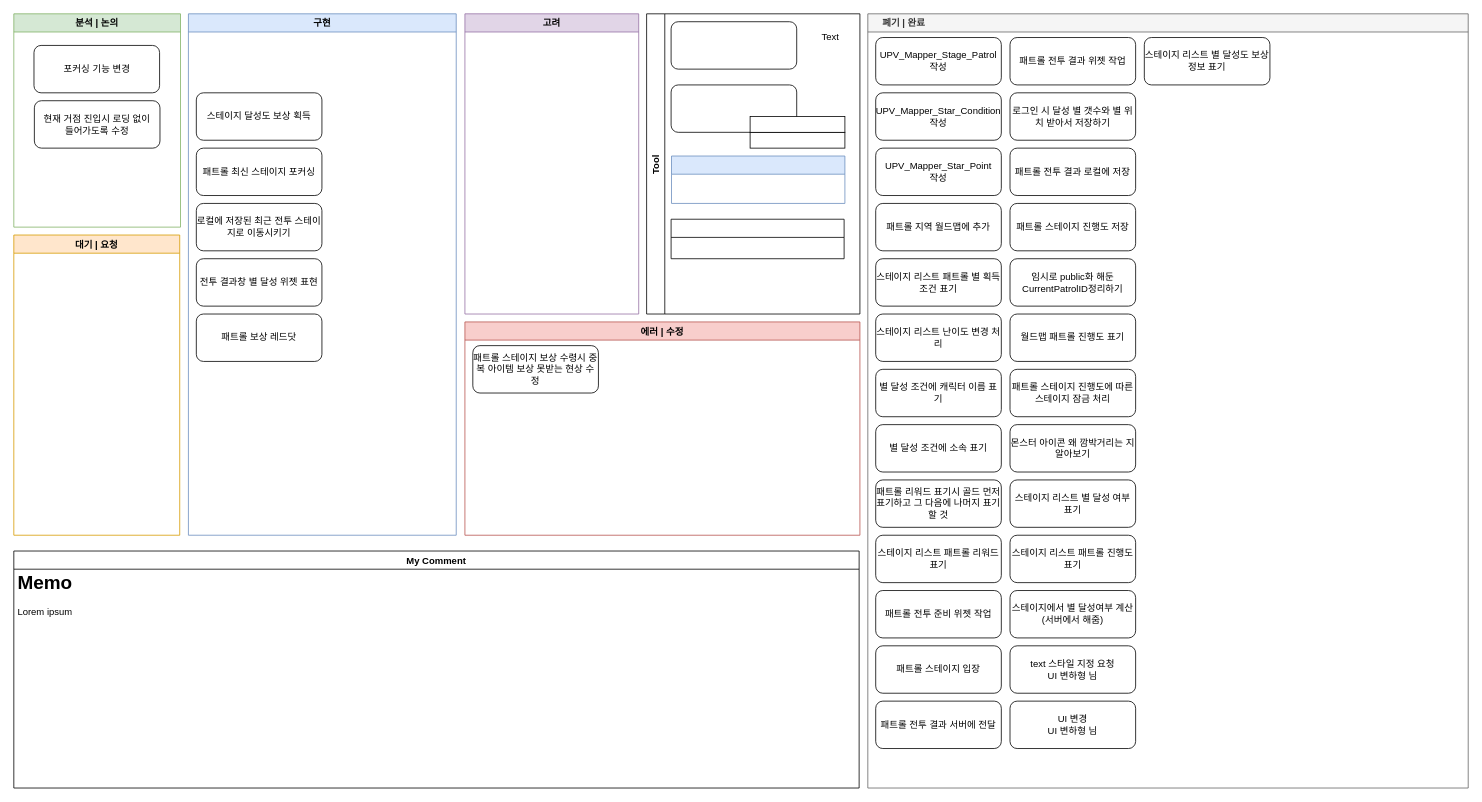
This is 반복 스테이지 진행상황.drawio from Endorr/Job-Board, a draw.io file, before an edit. Source tidied: cells renumbered, new cells numbered last; positions are measured from the earlier drawing's top-left corner, leaving out a move shared by most shapes. Both pictures are drawn from the tidied source at 79%, with x=0, y=0 at pixel (13, 13).
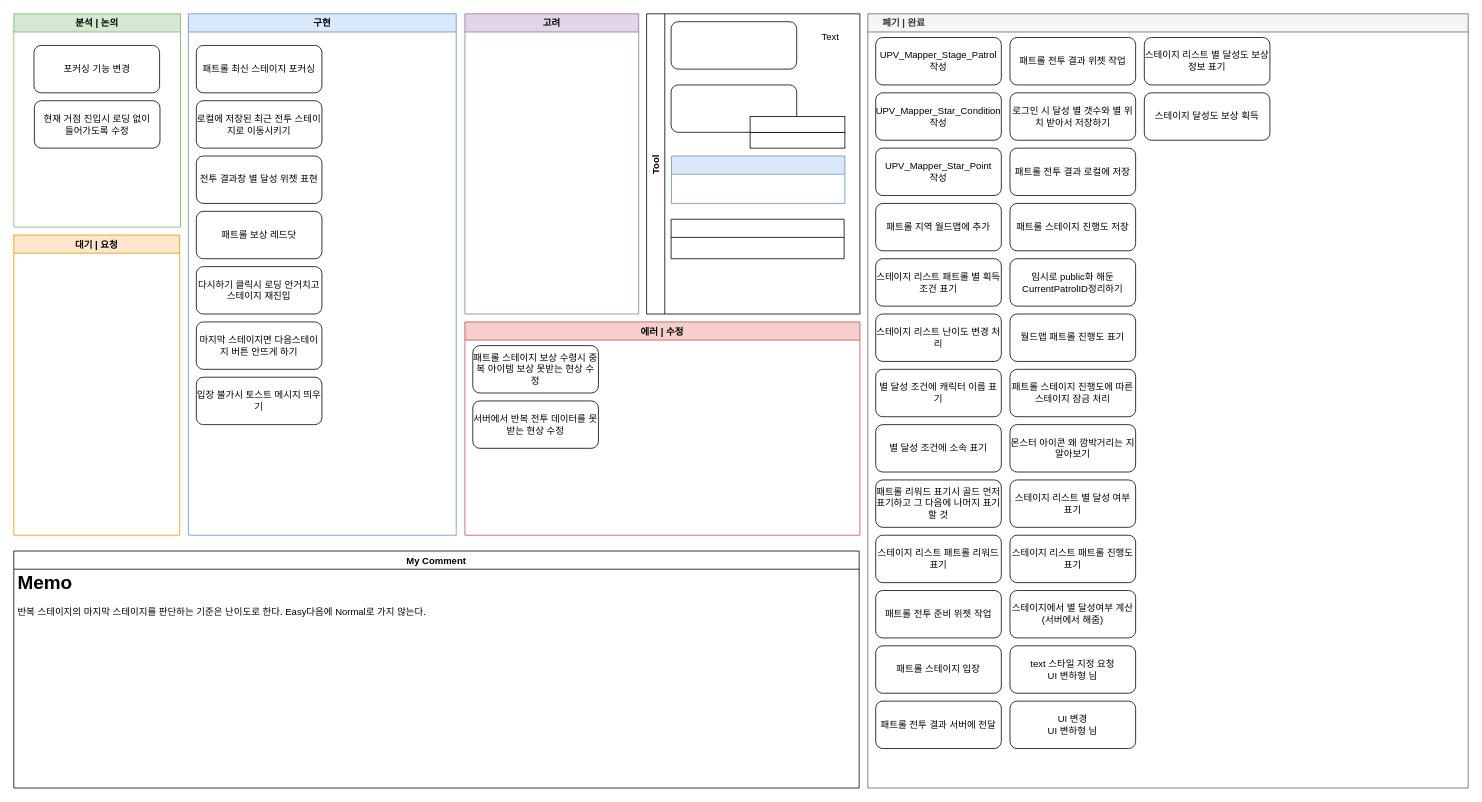
Above is the later version.

Commit message:
Update 반복 스테이지 진행상황.drawio

The change refers to these unchanged cells:
```xml
<mxCell id="2" value="구현" style="swimlane;fillColor=#dae8fc;strokeColor=#6c8ebf;" parent="1" vertex="1">
  <mxGeometry x="221" width="339" height="660" as="geometry" />
</mxCell>
<mxCell id="13" value="에러 | 수정" style="swimlane;fillColor=#f8cecc;strokeColor=#b85450;startSize=23;" parent="1" vertex="1">
  <mxGeometry x="571" y="390" width="500" height="270" as="geometry" />
</mxCell>
<mxCell id="15" value="     폐기 | 완료" style="swimlane;strokeColor=#666666;fillColor=#f5f5f5;fontColor=#333333;align=left;" parent="1" vertex="1">
  <mxGeometry x="1081" width="760" height="980" as="geometry" />
</mxCell>
<mxCell id="43" value="My Comment" style="swimlane;" parent="1" vertex="1">
  <mxGeometry y="680" width="1070" height="300" as="geometry" />
</mxCell>
```

Change to the diagram source:
```diff
@@
     <mxCell id="3" value="로컬에 저장된 최근 전투 스테이지로 이동시키기" style="rounded=1;whiteSpace=wrap;html=1;" parent="2" vertex="1">
-      <mxGeometry x="10" y="240" width="159" height="60" as="geometry" />
+      <mxGeometry x="10" y="110" width="159" height="60" as="geometry" />
     </mxCell>
-    <mxCell id="4" value="스테이지 달성도 보상 획득" style="rounded=1;whiteSpace=wrap;html=1;" parent="2" vertex="1">
-      <mxGeometry x="10" y="100" width="159" height="60" as="geometry" />
-    </mxCell>
     <mxCell id="5" value="패트롤 최신 스테이지 포커싱" style="rounded=1;whiteSpace=wrap;html=1;" parent="2" vertex="1">
-      <mxGeometry x="10" y="170" width="159" height="60" as="geometry" />
+      <mxGeometry x="10" y="40" width="159" height="60" as="geometry" />
     </mxCell>
     <mxCell id="6" value="전투 결과창 별 달성 위젯 표현" style="rounded=1;whiteSpace=wrap;html=1;" parent="2" vertex="1">
-      <mxGeometry x="10" y="310" width="159" height="60" as="geometry" />
+      <mxGeometry x="10" y="180" width="159" height="60" as="geometry" />
     </mxCell>
     <mxCell id="7" value="패트롤 보상 레드닷" style="rounded=1;whiteSpace=wrap;html=1;" parent="2" vertex="1">
-      <mxGeometry x="10" y="380" width="159" height="60" as="geometry" />
+      <mxGeometry x="10" y="250" width="159" height="60" as="geometry" />
     </mxCell>
+    <mxCell id="54" value="다시하기 클릭시 로딩 안거치고 스테이지 재진입" style="rounded=1;whiteSpace=wrap;html=1;" parent="2" vertex="1">
+      <mxGeometry x="10" y="320" width="159" height="60" as="geometry" />
+    </mxCell>
+    <mxCell id="55" value="마지막 스테이지면 다음스테이지 버튼 안뜨게 하기" style="rounded=1;whiteSpace=wrap;html=1;" parent="2" vertex="1">
+      <mxGeometry x="10" y="390" width="159" height="60" as="geometry" />
+    </mxCell>
+    <mxCell id="56" value="입장 불가시 토스트 메시지 띄우기" style="rounded=1;whiteSpace=wrap;html=1;" parent="2" vertex="1">
+      <mxGeometry x="10" y="460" width="159" height="60" as="geometry" />
+    </mxCell>
@@
+    <mxCell id="57" value="서버에서 반복 전투 데이터를 못받는 현상 수정" style="rounded=1;whiteSpace=wrap;html=1;" parent="13" vertex="1">
+      <mxGeometry x="10" y="100" width="159" height="60" as="geometry" />
+    </mxCell>
@@
+    <mxCell id="4" value="스테이지 달성도 보상 획득" style="rounded=1;whiteSpace=wrap;html=1;" parent="15" vertex="1">
+      <mxGeometry x="350" y="100" width="159" height="60" as="geometry" />
+    </mxCell>
@@
-    <mxCell id="44" value="&lt;h1&gt;Memo&lt;/h1&gt;&lt;p&gt;Lorem ipsum&lt;/p&gt;" style="text;html=1;strokeColor=none;fillColor=none;spacing=5;spacingTop=-20;whiteSpace=wrap;overflow=hidden;rounded=0;align=left;" parent="43" vertex="1">
+    <mxCell id="44" value="&lt;h1&gt;Memo&lt;/h1&gt;&lt;p&gt;반복 스테이지의 마지막 스테이지를 판단하는 기준은 난이도로 한다. Easy다음에 Normal로 가지 않는다.&lt;/p&gt;" style="text;html=1;strokeColor=none;fillColor=none;spacing=5;spacingTop=-20;whiteSpace=wrap;overflow=hidden;rounded=0;align=left;" parent="43" vertex="1">
       <mxGeometry y="20" width="1070" height="280" as="geometry" />
     </mxCell>
```
